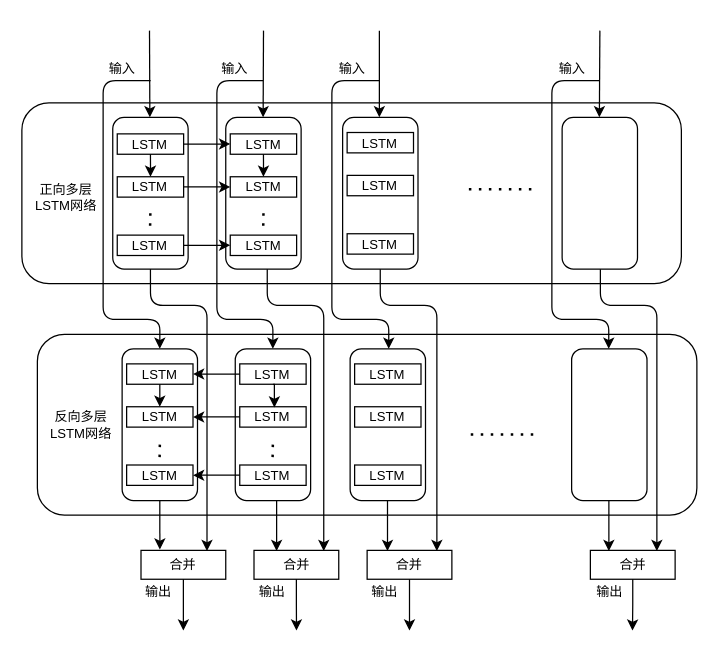
Above: BLSTM.drawio in Liz606/Liz-todos (draw.io), before the change. Source tidied: cells renumbered, new cells numbered last; positions are measured from the earlier drawing's top-left corner, leaving out a move shared by most shapes. Both pictures are drawn from the tidied source at 125%, with x=0, y=0 at pixel (21, 30).
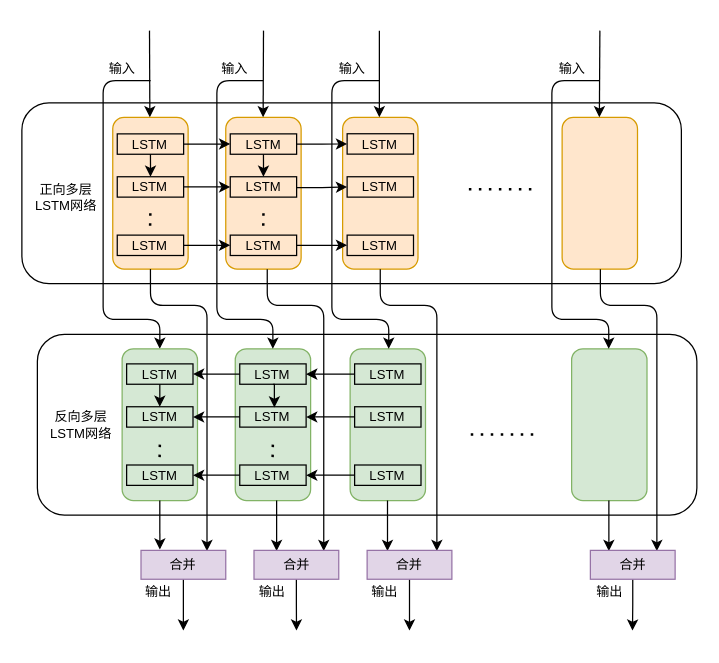
The same diagram, later.

Unchanged cells that the change refers to:
```xml
<mxCell id="59" value="LSTM" style="rounded=0;whiteSpace=wrap;html=1;fillColor=none;fontSize=10.5;" parent="1" vertex="1">
  <mxGeometry x="166.7" y="82.6" width="53.1" height="16.3" as="geometry" />
</mxCell>
<mxCell id="62" value="LSTM" style="rounded=0;whiteSpace=wrap;html=1;fillColor=none;fontSize=10.5;" parent="1" vertex="1">
  <mxGeometry x="166.7" y="163.6" width="53.1" height="16.3" as="geometry" />
</mxCell>
<mxCell id="67" value="LSTM" style="rounded=0;whiteSpace=wrap;html=1;fillColor=none;fontSize=10.5;" parent="1" vertex="1">
  <mxGeometry x="174.3" y="300.9" width="53.1" height="16.3" as="geometry" />
</mxCell>
<mxCell id="69" value="LSTM" style="rounded=0;whiteSpace=wrap;html=1;fillColor=none;fontSize=10.5;" parent="1" vertex="1">
  <mxGeometry x="174.3" y="266.6" width="53.1" height="16.3" as="geometry" />
</mxCell>
<mxCell id="72" value="LSTM" style="rounded=0;whiteSpace=wrap;html=1;fillColor=none;fontSize=10.5;" parent="1" vertex="1">
  <mxGeometry x="174.3" y="347.5" width="53.1" height="16.3" as="geometry" />
</mxCell>
<mxCell id="77" value="LSTM" style="rounded=0;whiteSpace=wrap;html=1;fillColor=none;fontSize=10.5;" parent="1" vertex="1">
  <mxGeometry x="266.2" y="300.9" width="53.1" height="16.3" as="geometry" />
</mxCell>
<mxCell id="78" value="LSTM" style="rounded=0;whiteSpace=wrap;html=1;fillColor=none;fontSize=10.5;" parent="1" vertex="1">
  <mxGeometry x="266.2" y="266.6" width="53.1" height="16.3" as="geometry" />
</mxCell>
<mxCell id="79" value="LSTM" style="rounded=0;whiteSpace=wrap;html=1;fillColor=none;fontSize=10.5;" parent="1" vertex="1">
  <mxGeometry x="266.2" y="347.5" width="53.1" height="16.3" as="geometry" />
</mxCell>
```

What changed in the source:
```diff
@@
-    <mxCell id="3" style="rounded=1;whiteSpace=wrap;html=1;fontSize=10.5;" parent="1" vertex="1">
+    <mxCell id="3" style="rounded=1;whiteSpace=wrap;html=1;fontSize=10.5;fillColor=#ffe6cc;strokeColor=#d79b00;" parent="1" vertex="1">
       <mxGeometry x="72.7" y="69.4" width="60.3" height="121.4" as="geometry" />
     </mxCell>
@@
-    <mxCell id="5" style="rounded=1;whiteSpace=wrap;html=1;fontSize=10.5;" parent="1" vertex="1">
+    <mxCell id="5" style="rounded=1;whiteSpace=wrap;html=1;fontSize=10.5;fillColor=#ffe6cc;strokeColor=#d79b00;" parent="1" vertex="1">
       <mxGeometry x="163.1" y="69.4" width="60.3" height="121.4" as="geometry" />
     </mxCell>
@@
-    <mxCell id="7" style="rounded=1;whiteSpace=wrap;html=1;fontSize=10.5;" parent="1" vertex="1">
+    <mxCell id="7" style="rounded=1;whiteSpace=wrap;html=1;fontSize=10.5;fillColor=#ffe6cc;strokeColor=#d79b00;" parent="1" vertex="1">
       <mxGeometry x="256.6" y="69.4" width="60.3" height="121.4" as="geometry" />
     </mxCell>
-    <mxCell id="8" style="rounded=1;whiteSpace=wrap;html=1;fontSize=10.5;" parent="1" vertex="1">
+    <mxCell id="8" style="rounded=1;whiteSpace=wrap;html=1;fontSize=10.5;fillColor=#ffe6cc;strokeColor=#d79b00;" parent="1" vertex="1">
       <mxGeometry x="432.2" y="69.4" width="60.3" height="121.4" as="geometry" />
     </mxCell>
@@
-    <mxCell id="14" style="rounded=1;whiteSpace=wrap;html=1;fontSize=10.5;" parent="1" vertex="1">
+    <mxCell id="14" style="rounded=1;whiteSpace=wrap;html=1;fontSize=10.5;fillColor=#d5e8d4;strokeColor=#82b366;" parent="1" vertex="1">
       <mxGeometry x="80.2" y="254.5" width="60.3" height="121.4" as="geometry" />
     </mxCell>
@@
-    <mxCell id="17" style="rounded=1;whiteSpace=wrap;html=1;fontSize=10.5;" parent="1" vertex="1">
+    <mxCell id="17" style="rounded=1;whiteSpace=wrap;html=1;fontSize=10.5;fillColor=#d5e8d4;strokeColor=#82b366;" parent="1" vertex="1">
       <mxGeometry x="170.7" y="254.5" width="60.3" height="121.4" as="geometry" />
     </mxCell>
@@
-    <mxCell id="19" style="rounded=1;whiteSpace=wrap;html=1;fontSize=10.5;" parent="1" vertex="1">
+    <mxCell id="19" style="rounded=1;whiteSpace=wrap;html=1;fontSize=10.5;fillColor=#d5e8d4;strokeColor=#82b366;" parent="1" vertex="1">
       <mxGeometry x="262.6" y="254.5" width="60.3" height="121.4" as="geometry" />
     </mxCell>
-    <mxCell id="20" style="rounded=1;whiteSpace=wrap;html=1;fontSize=10.5;" parent="1" vertex="1">
+    <mxCell id="20" style="rounded=1;whiteSpace=wrap;html=1;fontSize=10.5;fillColor=#d5e8d4;strokeColor=#82b366;" parent="1" vertex="1">
       <mxGeometry x="439.8" y="254.5" width="60.3" height="121.4" as="geometry" />
     </mxCell>
@@
-    <mxCell id="25" value="合并" style="rounded=0;whiteSpace=wrap;html=1;fillColor=none;fontSize=10.5;" parent="1" vertex="1">
+    <mxCell id="25" value="合并" style="rounded=0;whiteSpace=wrap;html=1;fillColor=#e1d5e7;fontSize=10.5;strokeColor=#9673a6;" parent="1" vertex="1">
       <mxGeometry x="95.3" y="415.8" width="67.8" height="23.1" as="geometry" />
     </mxCell>
@@
-    <mxCell id="30" value="合并" style="rounded=0;whiteSpace=wrap;html=1;fillColor=none;fontSize=10.5;" parent="1" vertex="1">
+    <mxCell id="30" value="合并" style="rounded=0;whiteSpace=wrap;html=1;fillColor=#e1d5e7;fontSize=10.5;strokeColor=#9673a6;" parent="1" vertex="1">
       <mxGeometry x="185.7" y="415.8" width="67.8" height="23.1" as="geometry" />
     </mxCell>
@@
-    <mxCell id="35" value="合并" style="rounded=0;whiteSpace=wrap;html=1;fillColor=none;fontSize=10.5;" parent="1" vertex="1">
+    <mxCell id="35" value="合并" style="rounded=0;whiteSpace=wrap;html=1;fillColor=#e1d5e7;fontSize=10.5;strokeColor=#9673a6;" parent="1" vertex="1">
       <mxGeometry x="276.2" y="415.8" width="67.8" height="23.1" as="geometry" />
     </mxCell>
@@
-    <mxCell id="40" value="合并" style="rounded=0;whiteSpace=wrap;html=1;fillColor=none;fontSize=10.5;" parent="1" vertex="1">
+    <mxCell id="40" value="合并" style="rounded=0;whiteSpace=wrap;html=1;fillColor=#e1d5e7;fontSize=10.5;strokeColor=#9673a6;" parent="1" vertex="1">
       <mxGeometry x="454.8" y="415.8" width="67.8" height="23.1" as="geometry" />
     </mxCell>
@@
+    <mxCell id="80" style="edgeStyle=orthogonalEdgeStyle;rounded=0;jettySize=auto;html=1;exitX=1;exitY=0.5;exitDx=0;exitDy=0;entryX=0;entryY=0.5;entryDx=0;entryDy=0;fontSize=10.5;" parent="1" edge="1" target="74">
+      <mxGeometry relative="1" as="geometry">
+        <mxPoint x="219.8" y="125.6" as="sourcePoint" />
+        <Array as="points">
+          <mxPoint x="240" y="126" />
+        </Array>
+      </mxGeometry>
+    </mxCell>
@@
+    <mxCell id="81" style="edgeStyle=orthogonalEdgeStyle;rounded=0;jettySize=auto;html=1;exitX=1;exitY=0.5;exitDx=0;exitDy=0;entryX=0;entryY=0.5;entryDx=0;entryDy=0;fontSize=10.5;" parent="1" edge="1" source="59" target="75">
+      <mxGeometry relative="1" as="geometry" />
+    </mxCell>
@@
+    <mxCell id="82" style="edgeStyle=orthogonalEdgeStyle;rounded=0;jettySize=auto;html=1;exitX=1;exitY=0.5;exitDx=0;exitDy=0;entryX=0;entryY=0.5;entryDx=0;entryDy=0;fontSize=10.5;" parent="1" edge="1" source="62" target="76">
+      <mxGeometry relative="1" as="geometry" />
+    </mxCell>
@@
     <mxCell id="74" value="LSTM" style="rounded=0;whiteSpace=wrap;html=1;fillColor=none;fontSize=10.5;" parent="1" vertex="1">
-      <mxGeometry x="260.2" y="115.8" width="53.1" height="16.3" as="geometry" />
+      <mxGeometry x="260.2" y="116.9" width="53.1" height="16.3" as="geometry" />
     </mxCell>
     <mxCell id="75" value="LSTM" style="rounded=0;whiteSpace=wrap;html=1;fillColor=none;fontSize=10.5;" parent="1" vertex="1">
-      <mxGeometry x="260.2" y="81.5" width="53.1" height="16.3" as="geometry" />
+      <mxGeometry x="260.2" y="82.5" width="53.1" height="16.3" as="geometry" />
     </mxCell>
     <mxCell id="76" value="LSTM" style="rounded=0;whiteSpace=wrap;html=1;fillColor=none;fontSize=10.5;" parent="1" vertex="1">
-      <mxGeometry x="260.2" y="162.5" width="53.1" height="16.3" as="geometry" />
+      <mxGeometry x="260.2" y="163.6" width="53.1" height="16.3" as="geometry" />
     </mxCell>
+    <mxCell id="83" style="edgeStyle=orthogonalEdgeStyle;rounded=0;jettySize=auto;html=1;exitX=0;exitY=0.5;exitDx=0;exitDy=0;entryX=1;entryY=0.5;entryDx=0;entryDy=0;fontSize=10.5;" parent="1" edge="1" source="77" target="67">
+      <mxGeometry relative="1" as="geometry" />
+    </mxCell>
@@
+    <mxCell id="84" style="edgeStyle=orthogonalEdgeStyle;rounded=0;jettySize=auto;html=1;exitX=0;exitY=0.5;exitDx=0;exitDy=0;fontSize=10.5;" parent="1" edge="1" source="78" target="69">
+      <mxGeometry relative="1" as="geometry" />
+    </mxCell>
@@
+    <mxCell id="85" style="edgeStyle=orthogonalEdgeStyle;rounded=0;jettySize=auto;html=1;exitX=0;exitY=0.5;exitDx=0;exitDy=0;entryX=1;entryY=0.5;entryDx=0;entryDy=0;fontSize=10.5;" parent="1" edge="1" source="79" target="72">
+      <mxGeometry relative="1" as="geometry" />
+    </mxCell>
```
